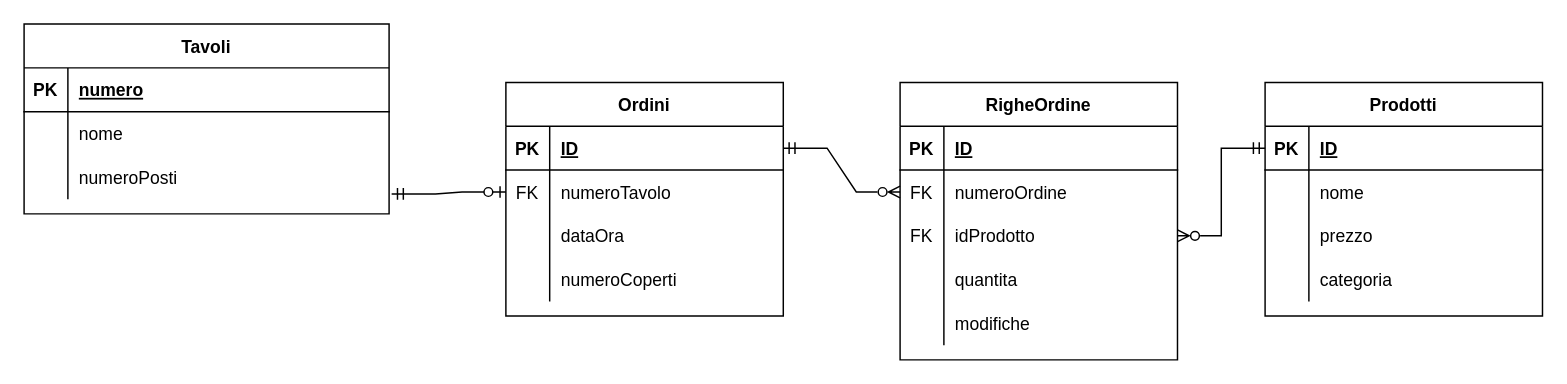
frncg1tsalvad0r/ristorantePHP keeps this draw.io diagram as doc/ristorante.drawio. Above is the earlier version. Source tidied: cells renumbered, new cells numbered last; positions are measured from the earlier drawing's top-left corner, leaving out a move shared by most shapes. Both pictures are drawn from the tidied source at 146%, with x=0, y=0 at pixel (23, 23).
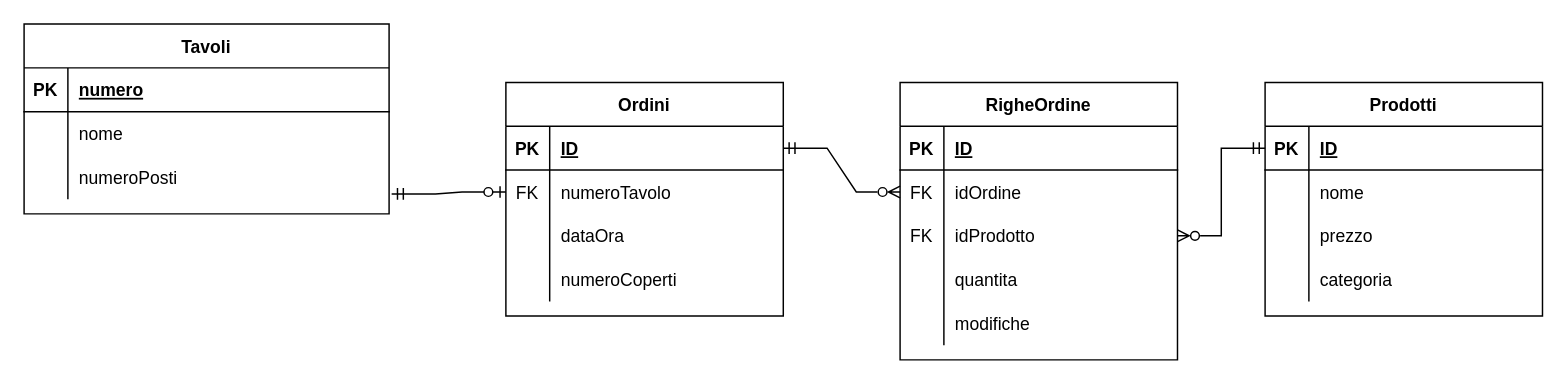
The same page after the edit.

The change refers to these unchanged cells:
```xml
<mxCell id="43" style="shape=partialRectangle;fillColor=none;points=[[0,0.5],[1,0.5]];portConstraint=eastwest;top=0;left=0;right=0;bottom=0;" parent="39" vertex="1">
  <mxGeometry y="60" width="190" height="30" as="geometry" />
</mxCell>
```

The edit, as a diff of the source:
```diff
@@
-    <mxCell id="45" value="numeroOrdine" style="shape=partialRectangle;overflow=hidden;fillColor=none;top=0;left=0;bottom=0;right=0;align=left;spacingLeft=6;" parent="43" vertex="1">
+    <mxCell id="45" value="idOrdine" style="shape=partialRectangle;overflow=hidden;fillColor=none;top=0;left=0;bottom=0;right=0;align=left;spacingLeft=6;" parent="43" vertex="1">
       <mxGeometry x="30" width="160" height="30" as="geometry" />
     </mxCell>
```
